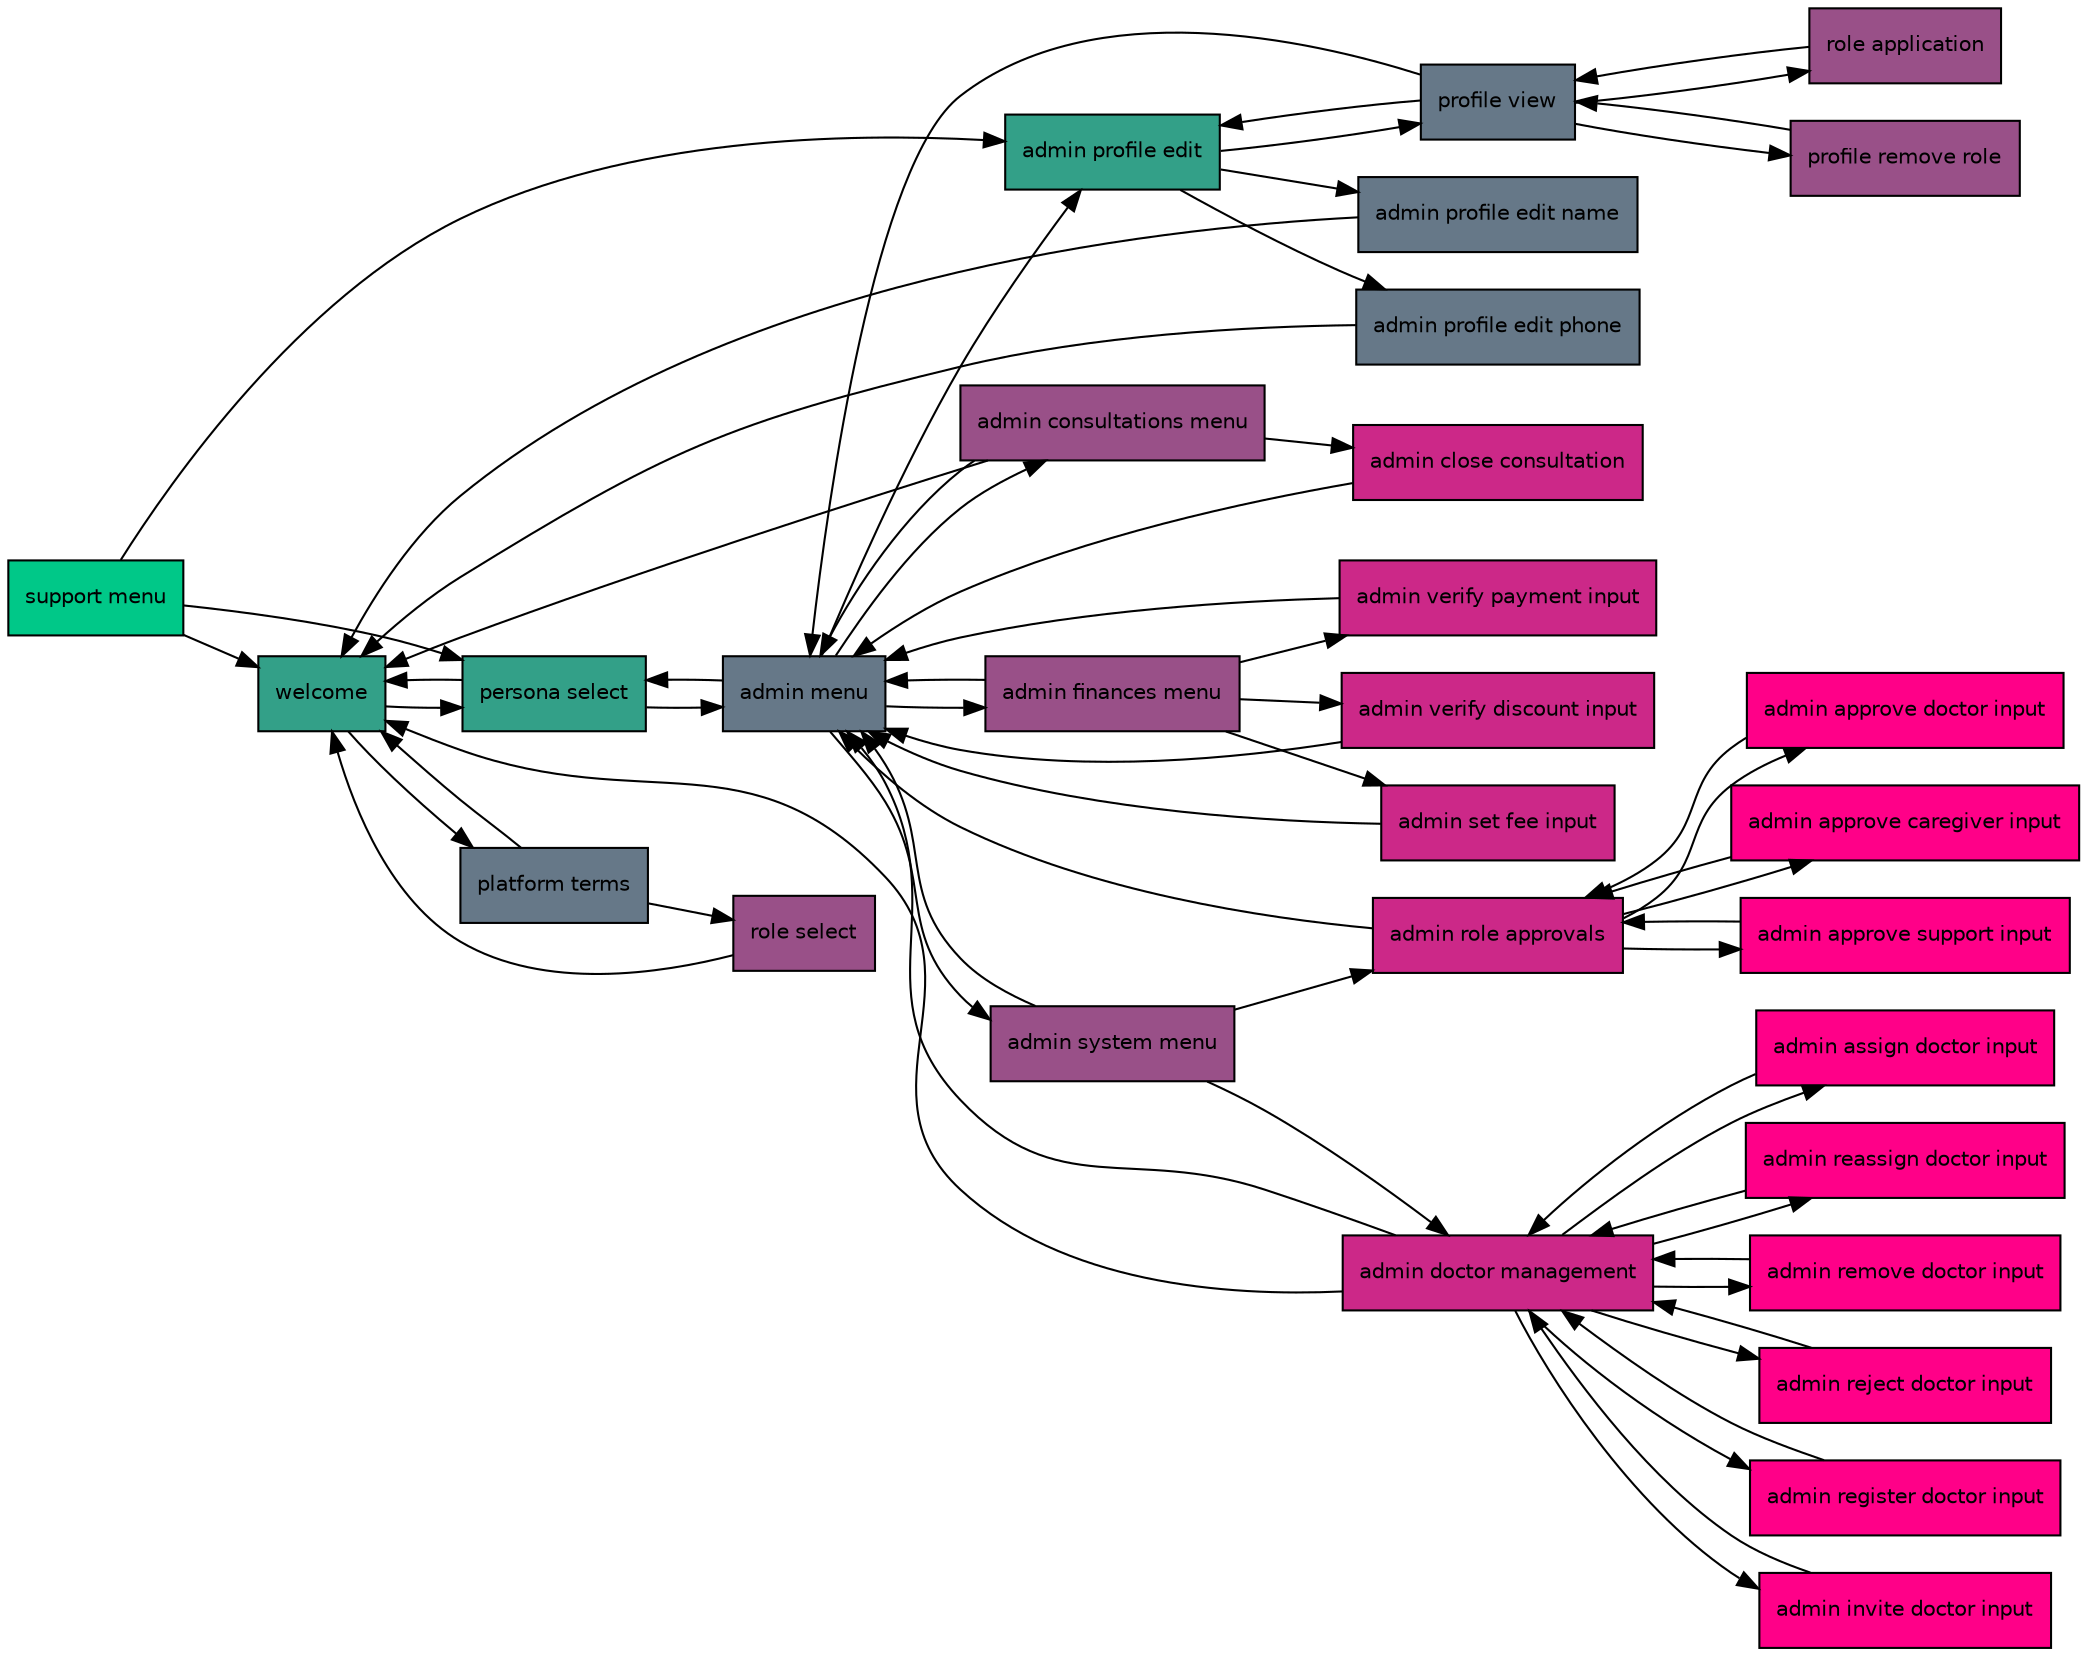
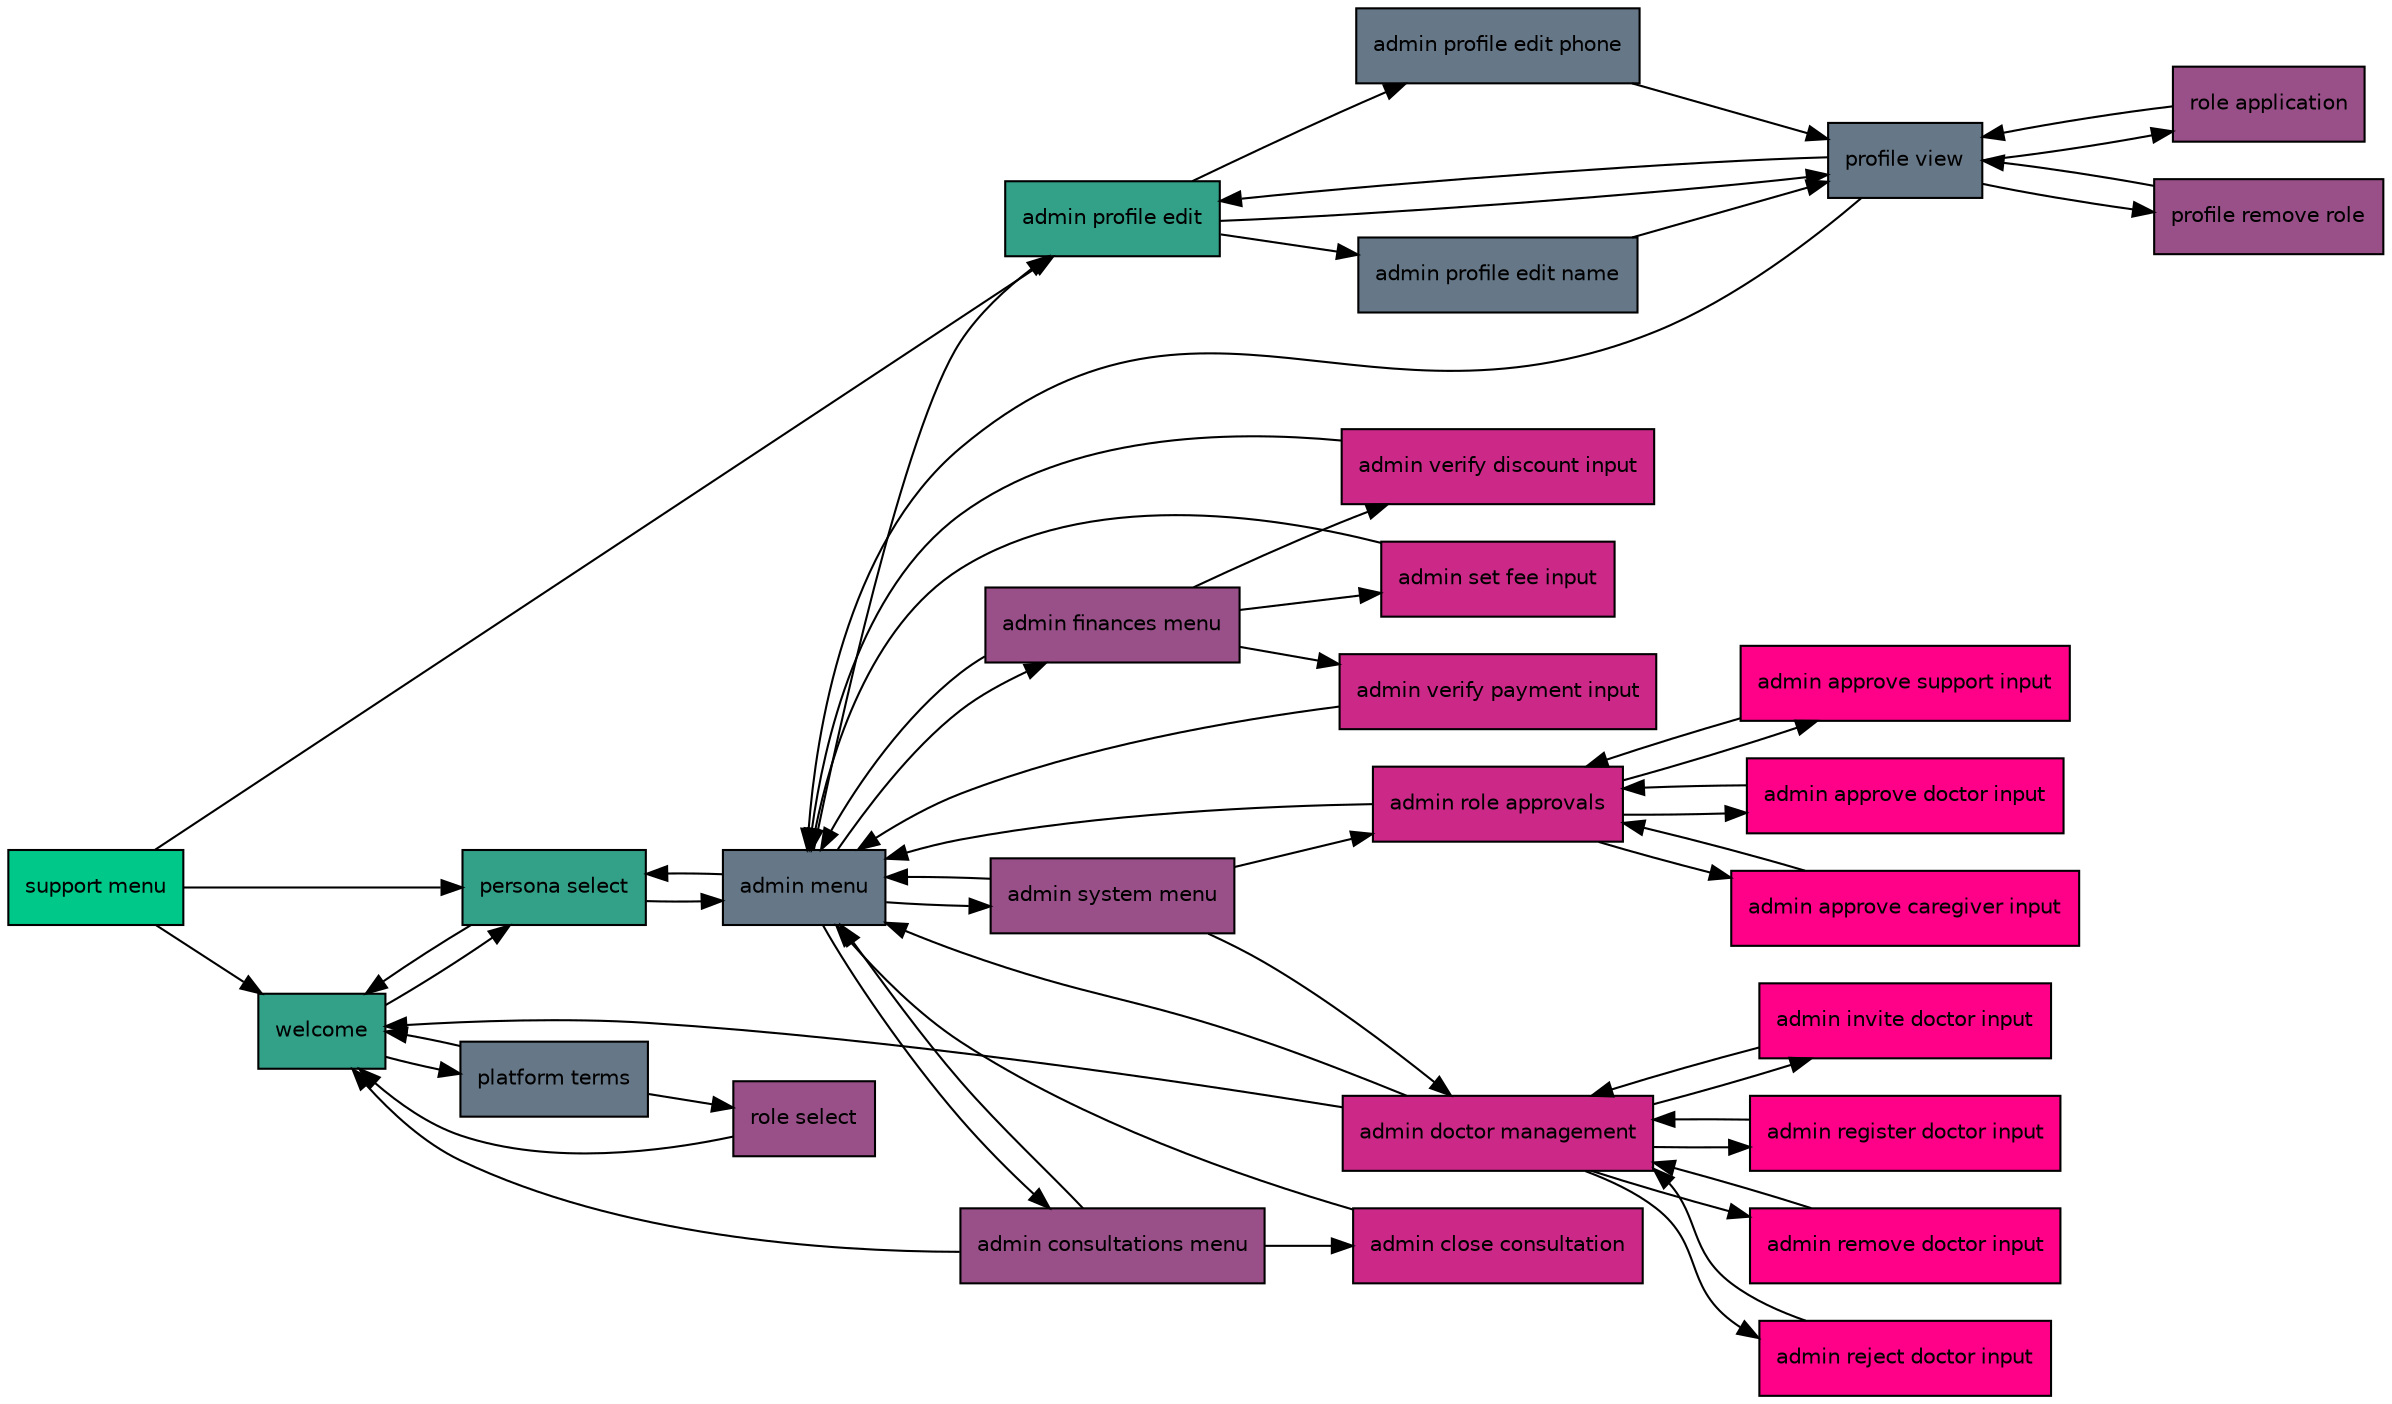
digraph support_flow {
  rankdir=LR;
  node [shape=box style=filled fontname="Helvetica" fontsize=10];
  "support_menu" [label="support menu" fillcolor="#00c888"];
  "welcome" [label="welcome" fillcolor="#33a088"];
  "persona_select" [label="persona select" fillcolor="#33a088"];
  "admin_profile_edit" [label="admin profile edit" fillcolor="#33a088"];
  "platform_terms" [label="platform terms" fillcolor="#667888"];
  "admin_menu" [label="admin menu" fillcolor="#667888"];
  "profile_view" [label="profile view" fillcolor="#667888"];
  "admin_profile_edit_name" [label="admin profile edit name" fillcolor="#667888"];
  "admin_profile_edit_phone" [label="admin profile edit phone" fillcolor="#667888"];
  "role_select" [label="role select" fillcolor="#995088"];
  "admin_consultations_menu" [label="admin consultations menu" fillcolor="#995088"];
  "admin_finances_menu" [label="admin finances menu" fillcolor="#995088"];
  "admin_system_menu" [label="admin system menu" fillcolor="#995088"];
  "role_application" [label="role application" fillcolor="#995088"];
  "profile_remove_role" [label="profile remove role" fillcolor="#995088"];
  "admin_close_consultation" [label="admin close consultation" fillcolor="#cc2888"];
  "admin_verify_payment_input" [label="admin verify payment input" fillcolor="#cc2888"];
  "admin_verify_discount_input" [label="admin verify discount input" fillcolor="#cc2888"];
  "admin_set_fee_input" [label="admin set fee input" fillcolor="#cc2888"];
  "admin_role_approvals" [label="admin role approvals" fillcolor="#cc2888"];
  "admin_doctor_management" [label="admin doctor management" fillcolor="#cc2888"];
  "admin_approve_doctor_input" [label="admin approve doctor input" fillcolor="#ff0088"];
  "admin_approve_caregiver_input" [label="admin approve caregiver input" fillcolor="#ff0088"];
  "admin_approve_support_input" [label="admin approve support input" fillcolor="#ff0088"];
-   "admin_assign_doctor_input" [label="admin assign doctor input" fillcolor="#ff0088"];
-   "admin_reassign_doctor_input" [label="admin reassign doctor input" fillcolor="#ff0088"];
+   "admin_invite_doctor_input" [label="admin invite doctor input" fillcolor="#ff0088"];
+   "admin_register_doctor_input" [label="admin register doctor input" fillcolor="#ff0088"];
  "admin_remove_doctor_input" [label="admin remove doctor input" fillcolor="#ff0088"];
  "admin_reject_doctor_input" [label="admin reject doctor input" fillcolor="#ff0088"];
-   "admin_register_doctor_input" [label="admin register doctor input" fillcolor="#ff0088"];
-   "admin_invite_doctor_input" [label="admin invite doctor input" fillcolor="#ff0088"];
  "support_menu" -> "welcome";
  "support_menu" -> "persona_select";
  "support_menu" -> "admin_profile_edit";
  "welcome" -> "platform_terms";
  "welcome" -> "persona_select";
  "persona_select" -> "admin_menu";
  "persona_select" -> "welcome";
  "admin_profile_edit" -> "profile_view";
  "admin_profile_edit" -> "admin_profile_edit_name";
  "admin_profile_edit" -> "admin_profile_edit_phone";
  "platform_terms" -> "welcome";
  "platform_terms" -> "role_select";
  "admin_menu" -> "persona_select";
  "admin_menu" -> "admin_consultations_menu";
  "admin_menu" -> "admin_finances_menu";
  "admin_menu" -> "admin_system_menu";
  "admin_menu" -> "admin_profile_edit";
  "profile_view" -> "admin_menu";
  "profile_view" -> "admin_profile_edit";
  "profile_view" -> "role_application";
  "profile_view" -> "profile_remove_role";
-   "admin_profile_edit_name" -> "welcome";
-   "admin_profile_edit_phone" -> "welcome";
+   "admin_profile_edit_name" -> "profile_view";
+   "admin_profile_edit_phone" -> "profile_view";
  "role_select" -> "welcome";
  "admin_consultations_menu" -> "admin_menu";
  "admin_consultations_menu" -> "welcome";
  "admin_consultations_menu" -> "admin_close_consultation";
  "admin_finances_menu" -> "admin_menu";
  "admin_finances_menu" -> "admin_verify_payment_input";
  "admin_finances_menu" -> "admin_verify_discount_input";
  "admin_finances_menu" -> "admin_set_fee_input";
  "admin_system_menu" -> "admin_menu";
  "admin_system_menu" -> "admin_role_approvals";
  "admin_system_menu" -> "admin_doctor_management";
  "role_application" -> "profile_view";
  "profile_remove_role" -> "profile_view";
  "admin_close_consultation" -> "admin_menu";
  "admin_verify_payment_input" -> "admin_menu";
  "admin_verify_discount_input" -> "admin_menu";
  "admin_set_fee_input" -> "admin_menu";
  "admin_role_approvals" -> "admin_menu";
  "admin_role_approvals" -> "admin_approve_doctor_input";
  "admin_role_approvals" -> "admin_approve_caregiver_input";
  "admin_role_approvals" -> "admin_approve_support_input";
  "admin_doctor_management" -> "admin_menu";
-   "admin_doctor_management" -> "admin_assign_doctor_input";
-   "admin_doctor_management" -> "admin_reassign_doctor_input";
+   "admin_doctor_management" -> "admin_invite_doctor_input";
+   "admin_doctor_management" -> "admin_register_doctor_input";
  "admin_doctor_management" -> "admin_remove_doctor_input";
  "admin_doctor_management" -> "admin_reject_doctor_input";
  "admin_doctor_management" -> "welcome";
-   "admin_doctor_management" -> "admin_register_doctor_input";
-   "admin_doctor_management" -> "admin_invite_doctor_input";
  "admin_approve_doctor_input" -> "admin_role_approvals";
  "admin_approve_caregiver_input" -> "admin_role_approvals";
  "admin_approve_support_input" -> "admin_role_approvals";
-   "admin_assign_doctor_input" -> "admin_doctor_management";
-   "admin_reassign_doctor_input" -> "admin_doctor_management";
+   "admin_invite_doctor_input" -> "admin_doctor_management";
+   "admin_register_doctor_input" -> "admin_doctor_management";
  "admin_remove_doctor_input" -> "admin_doctor_management";
  "admin_reject_doctor_input" -> "admin_doctor_management";
-   "admin_register_doctor_input" -> "admin_doctor_management";
-   "admin_invite_doctor_input" -> "admin_doctor_management";
}